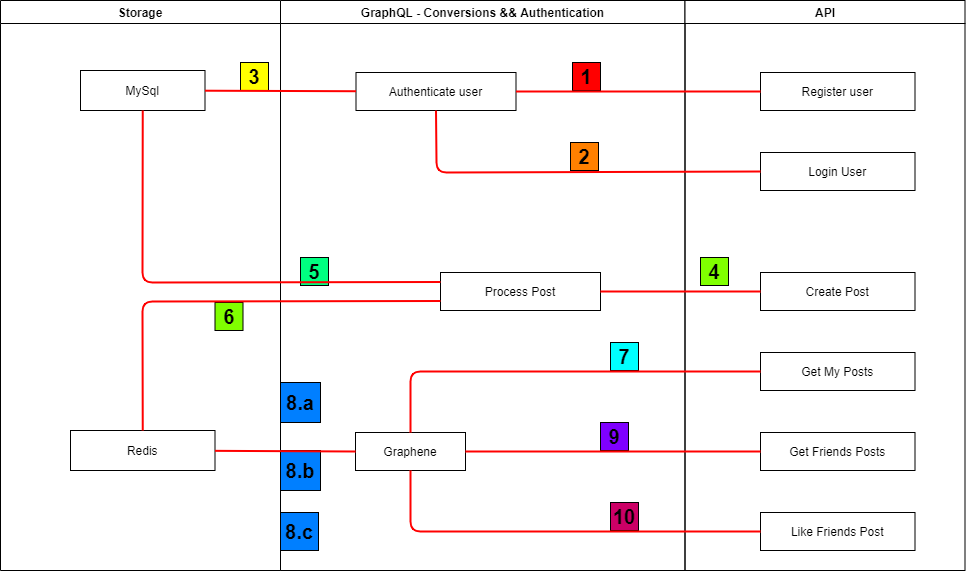
Above: images/Architecture.png in Skhendle/Blogger-Block (draw.io), before the change. Source tidied: cells renumbered, new cells last; positions are measured from the earlier drawing's top-left corner, leaving out a move shared by most shapes. The source it was exported from:
```xml
<mxGraphModel background="#ffffff">
  <root>
    <mxCell id="0" />
    <mxCell id="1" parent="0" />
    <mxCell id="2" value="Storage" style="swimlane;whiteSpace=wrap;" parent="1" vertex="1">
      <mxGeometry width="280" height="570" as="geometry" />
    </mxCell>
    <mxCell id="3" value="MySql" parent="2" vertex="1">
      <mxGeometry x="80" y="70" width="124.5" height="40" as="geometry" />
    </mxCell>
    <mxCell id="4" value="Redis" parent="2" vertex="1">
      <mxGeometry x="70" y="430" width="144.5" height="40" as="geometry" />
    </mxCell>
    <mxCell id="5" value="&lt;b&gt;&lt;font style=&quot;font-size: 20px&quot;&gt;3&lt;/font&gt;&lt;/b&gt;" style="whiteSpace=wrap;html=1;fillColor=#FFFF00;" parent="2" vertex="1">
      <mxGeometry x="240" y="62" width="28" height="28" as="geometry" />
    </mxCell>
    <mxCell id="6" value="&lt;b&gt;&lt;font style=&quot;font-size: 20px&quot;&gt;6&lt;/font&gt;&lt;/b&gt;" style="whiteSpace=wrap;html=1;fillColor=#80FF00;" parent="2" vertex="1">
      <mxGeometry x="214.5" y="302" width="28" height="28" as="geometry" />
    </mxCell>
    <mxCell id="7" value="GraphQL - Conversions &amp;&amp; Authentication" style="swimlane;whiteSpace=wrap;" parent="1" vertex="1">
      <mxGeometry x="280" width="404.5" height="570" as="geometry" />
    </mxCell>
    <mxCell id="8" value="Graphene" parent="7" vertex="1">
      <mxGeometry x="75" y="432" width="110" height="38" as="geometry" />
    </mxCell>
    <mxCell id="9" value="Authenticate user" parent="7" vertex="1">
      <mxGeometry x="75.5" y="72" width="160" height="38" as="geometry" />
    </mxCell>
    <mxCell id="10" value="Process Post" parent="7" vertex="1">
      <mxGeometry x="160" y="272" width="160" height="38" as="geometry" />
    </mxCell>
    <mxCell id="11" value="&lt;b&gt;&lt;font style=&quot;font-size: 20px&quot;&gt;2&lt;/font&gt;&lt;/b&gt;" style="whiteSpace=wrap;html=1;fillColor=#FF8000;" parent="7" vertex="1">
      <mxGeometry x="290" y="142" width="28" height="28" as="geometry" />
    </mxCell>
    <mxCell id="12" value="&lt;b&gt;&lt;font style=&quot;font-size: 20px&quot;&gt;1&lt;/font&gt;&lt;/b&gt;" style="whiteSpace=wrap;html=1;fillColor=#FF0000;" parent="7" vertex="1">
      <mxGeometry x="292" y="62" width="28" height="28" as="geometry" />
    </mxCell>
    <mxCell id="13" value="&lt;b&gt;&lt;font style=&quot;font-size: 20px&quot;&gt;5&lt;/font&gt;&lt;/b&gt;" style="whiteSpace=wrap;html=1;fillColor=#00FF80;" parent="7" vertex="1">
      <mxGeometry x="20" y="257" width="28" height="28" as="geometry" />
    </mxCell>
    <mxCell id="14" value="&lt;b&gt;&lt;font style=&quot;font-size: 20px&quot;&gt;7&lt;/font&gt;&lt;/b&gt;" style="whiteSpace=wrap;html=1;fillColor=#00FFFF;" parent="7" vertex="1">
      <mxGeometry x="330" y="342" width="28" height="28" as="geometry" />
    </mxCell>
    <mxCell id="15" value="&lt;b&gt;&lt;font style=&quot;font-size: 20px&quot;&gt;8.a&lt;/font&gt;&lt;/b&gt;" style="whiteSpace=wrap;html=1;fillColor=#007FFF;" parent="7" vertex="1">
      <mxGeometry y="382" width="40" height="40" as="geometry" />
    </mxCell>
    <mxCell id="16" value="&lt;b&gt;&lt;font style=&quot;font-size: 20px&quot;&gt;9&lt;/font&gt;&lt;/b&gt;" style="whiteSpace=wrap;html=1;fillColor=#7F00FF;" parent="7" vertex="1">
      <mxGeometry x="320" y="422" width="28" height="28" as="geometry" />
    </mxCell>
    <mxCell id="17" value="&lt;b&gt;&lt;font style=&quot;font-size: 20px&quot;&gt;10&lt;/font&gt;&lt;/b&gt;" style="whiteSpace=wrap;html=1;fillColor=#CC0066;" parent="7" vertex="1">
      <mxGeometry x="330" y="502" width="28" height="28" as="geometry" />
    </mxCell>
    <mxCell id="18" value="&lt;b&gt;&lt;font style=&quot;font-size: 20px&quot;&gt;8.b&lt;/font&gt;&lt;/b&gt;" style="whiteSpace=wrap;html=1;fillColor=#007FFF;" parent="7" vertex="1">
      <mxGeometry y="450" width="40" height="40" as="geometry" />
    </mxCell>
    <mxCell id="19" value="&lt;b&gt;&lt;font style=&quot;font-size: 20px&quot;&gt;8.c&lt;/font&gt;&lt;/b&gt;" style="whiteSpace=wrap;html=1;fillColor=#007FFF;" parent="7" vertex="1">
      <mxGeometry y="512" width="38" height="38" as="geometry" />
    </mxCell>
    <mxCell id="20" value="API" style="swimlane;whiteSpace=wrap;" parent="1" vertex="1">
      <mxGeometry x="684.5" width="280" height="570" as="geometry" />
    </mxCell>
    <mxCell id="21" value="Get My Posts" parent="20" vertex="1">
      <mxGeometry x="75.5" y="352" width="154.5" height="38" as="geometry" />
    </mxCell>
    <mxCell id="22" value="Get Friends Posts" parent="20" vertex="1">
      <mxGeometry x="75.5" y="432" width="154.5" height="38" as="geometry" />
    </mxCell>
    <mxCell id="23" value="Login User" parent="20" vertex="1">
      <mxGeometry x="75.5" y="152" width="154.5" height="38" as="geometry" />
    </mxCell>
    <mxCell id="24" value="Register user" parent="20" vertex="1">
      <mxGeometry x="75.5" y="72" width="154.5" height="38" as="geometry" />
    </mxCell>
    <mxCell id="25" value="Like Friends Post" parent="20" vertex="1">
      <mxGeometry x="75.5" y="512" width="154.5" height="38" as="geometry" />
    </mxCell>
    <mxCell id="26" value="Create Post" parent="20" vertex="1">
      <mxGeometry x="75.5" y="272" width="154.5" height="38" as="geometry" />
    </mxCell>
    <mxCell id="27" value="&lt;b&gt;&lt;font style=&quot;font-size: 20px&quot;&gt;4&lt;/font&gt;&lt;/b&gt;" style="whiteSpace=wrap;html=1;fillColor=#80FF00;" parent="20" vertex="1">
      <mxGeometry x="15.5" y="257" width="28" height="28" as="geometry" />
    </mxCell>
    <mxCell id="28" style="endArrow=none;html=1;strokeColor=#FF0000;entryX=0;entryY=0.5;entryDx=0;entryDy=0;exitX=1;exitY=0.5;exitDx=0;exitDy=0;strokeWidth=2;" parent="1" edge="1" source="9" target="24">
      <mxGeometry relative="1" as="geometry" />
    </mxCell>
    <mxCell id="29" style="endArrow=none;html=1;strokeColor=#FF0000;entryX=0;entryY=0.5;entryDx=0;entryDy=0;exitX=0.5;exitY=1;exitDx=0;exitDy=0;strokeWidth=2;" parent="1" edge="1" source="9" target="23">
      <mxGeometry relative="1" as="geometry">
        <Array as="points">
          <mxPoint x="436" y="172" />
        </Array>
      </mxGeometry>
    </mxCell>
    <mxCell id="30" style="endArrow=none;html=1;strokeColor=#FF0000;entryX=0;entryY=0.5;entryDx=0;entryDy=0;exitX=0.5;exitY=0;exitDx=0;exitDy=0;strokeWidth=2;" parent="1" edge="1" source="8" target="21">
      <mxGeometry relative="1" as="geometry">
        <Array as="points">
          <mxPoint x="410" y="371" />
        </Array>
      </mxGeometry>
    </mxCell>
    <mxCell id="31" style="endArrow=none;html=1;strokeColor=#FF0000;entryX=0;entryY=0.5;entryDx=0;entryDy=0;strokeWidth=2;" parent="1" edge="1" source="8" target="22">
      <mxGeometry relative="1" as="geometry" />
    </mxCell>
    <mxCell id="32" style="endArrow=none;html=1;strokeColor=#FF0000;entryX=0;entryY=0.5;entryDx=0;entryDy=0;exitX=0.5;exitY=1;exitDx=0;exitDy=0;strokeWidth=2;" parent="1" edge="1" source="8" target="25">
      <mxGeometry relative="1" as="geometry">
        <Array as="points">
          <mxPoint x="410" y="531" />
        </Array>
      </mxGeometry>
    </mxCell>
    <mxCell id="33" style="endArrow=none;html=1;strokeColor=#FF0000;entryX=0;entryY=0.5;entryDx=0;entryDy=0;strokeWidth=2;" parent="1" edge="1" source="4" target="8">
      <mxGeometry relative="1" as="geometry" />
    </mxCell>
    <mxCell id="34" style="endArrow=none;html=1;strokeColor=#FF0000;strokeWidth=2;" parent="1" edge="1" source="3" target="9">
      <mxGeometry relative="1" as="geometry" />
    </mxCell>
    <mxCell id="35" style="endArrow=none;html=1;strokeColor=#FF0000;entryX=0;entryY=0.5;entryDx=0;entryDy=0;exitX=1;exitY=0.5;exitDx=0;exitDy=0;strokeWidth=2;" parent="1" edge="1" source="10" target="26">
      <mxGeometry relative="1" as="geometry" />
    </mxCell>
    <mxCell id="36" style="endArrow=none;html=1;strokeColor=#FF0000;entryX=0;entryY=0.25;entryDx=0;entryDy=0;exitX=0.5;exitY=1;exitDx=0;exitDy=0;strokeWidth=2;" parent="1" edge="1" source="3" target="10">
      <mxGeometry relative="1" as="geometry">
        <Array as="points">
          <mxPoint x="142" y="282" />
        </Array>
      </mxGeometry>
    </mxCell>
    <mxCell id="37" style="endArrow=none;html=1;strokeColor=#FF0000;entryX=0;entryY=0.75;entryDx=0;entryDy=0;exitX=0.5;exitY=0;exitDx=0;exitDy=0;strokeWidth=2;" parent="1" edge="1" source="4" target="10">
      <mxGeometry relative="1" as="geometry">
        <Array as="points">
          <mxPoint x="142" y="301" />
        </Array>
      </mxGeometry>
    </mxCell>
  </root>
</mxGraphModel>
```
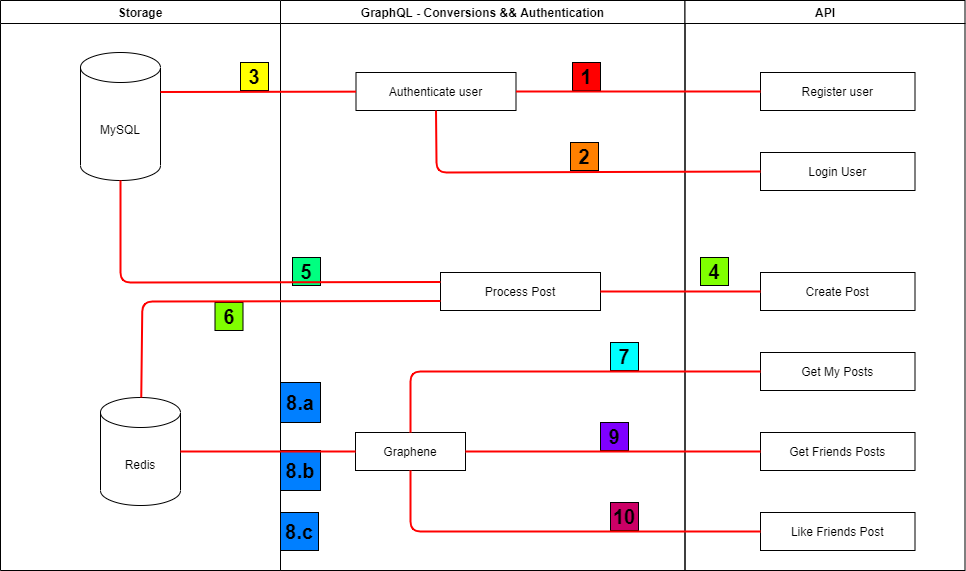
The same file after the commit.

Diff of the diagram source:
```diff
@@ -5,18 +5,18 @@
     <mxCell id="2" value="Storage" style="swimlane;whiteSpace=wrap;" parent="1" vertex="1">
       <mxGeometry width="280" height="570" as="geometry" />
     </mxCell>
-    <mxCell id="3" value="MySql" parent="2" vertex="1">
-      <mxGeometry x="80" y="70" width="124.5" height="40" as="geometry" />
-    </mxCell>
-    <mxCell id="4" value="Redis" parent="2" vertex="1">
-      <mxGeometry x="70" y="430" width="144.5" height="40" as="geometry" />
-    </mxCell>
     <mxCell id="5" value="&lt;b&gt;&lt;font style=&quot;font-size: 20px&quot;&gt;3&lt;/font&gt;&lt;/b&gt;" style="whiteSpace=wrap;html=1;fillColor=#FFFF00;" parent="2" vertex="1">
       <mxGeometry x="240" y="62" width="28" height="28" as="geometry" />
     </mxCell>
     <mxCell id="6" value="&lt;b&gt;&lt;font style=&quot;font-size: 20px&quot;&gt;6&lt;/font&gt;&lt;/b&gt;" style="whiteSpace=wrap;html=1;fillColor=#80FF00;" parent="2" vertex="1">
       <mxGeometry x="214.5" y="302" width="28" height="28" as="geometry" />
     </mxCell>
+    <mxCell id="38" value="MySQL" style="shape=cylinder3;whiteSpace=wrap;html=1;boundedLbl=1;backgroundOutline=1;size=15;" parent="2" vertex="1">
+      <mxGeometry x="80" y="52" width="80" height="128" as="geometry" />
+    </mxCell>
+    <mxCell id="4" value="Redis" style="shape=cylinder3;whiteSpace=wrap;html=1;boundedLbl=1;backgroundOutline=1;size=15;" parent="2" vertex="1">
+      <mxGeometry x="100" y="397" width="80" height="108" as="geometry" />
+    </mxCell>
     <mxCell id="7" value="GraphQL - Conversions &amp;&amp; Authentication" style="swimlane;whiteSpace=wrap;" parent="1" vertex="1">
       <mxGeometry x="280" width="404.5" height="570" as="geometry" />
     </mxCell>
@@ -36,7 +36,7 @@
       <mxGeometry x="292" y="62" width="28" height="28" as="geometry" />
     </mxCell>
     <mxCell id="13" value="&lt;b&gt;&lt;font style=&quot;font-size: 20px&quot;&gt;5&lt;/font&gt;&lt;/b&gt;" style="whiteSpace=wrap;html=1;fillColor=#00FF80;" parent="7" vertex="1">
-      <mxGeometry x="20" y="257" width="28" height="28" as="geometry" />
+      <mxGeometry x="12" y="257" width="28" height="28" as="geometry" />
     </mxCell>
     <mxCell id="14" value="&lt;b&gt;&lt;font style=&quot;font-size: 20px&quot;&gt;7&lt;/font&gt;&lt;/b&gt;" style="whiteSpace=wrap;html=1;fillColor=#00FFFF;" parent="7" vertex="1">
       <mxGeometry x="330" y="342" width="28" height="28" as="geometry" />
@@ -110,20 +110,20 @@
     <mxCell id="33" style="endArrow=none;html=1;strokeColor=#FF0000;entryX=0;entryY=0.5;entryDx=0;entryDy=0;strokeWidth=2;" parent="1" edge="1" source="4" target="8">
       <mxGeometry relative="1" as="geometry" />
     </mxCell>
-    <mxCell id="34" style="endArrow=none;html=1;strokeColor=#FF0000;strokeWidth=2;" parent="1" edge="1" source="3" target="9">
+    <mxCell id="34" style="endArrow=none;html=1;strokeColor=#FF0000;strokeWidth=2;exitX=1;exitY=0;exitDx=0;exitDy=39.5;exitPerimeter=0;" parent="1" edge="1" source="38" target="9">
       <mxGeometry relative="1" as="geometry" />
     </mxCell>
     <mxCell id="35" style="endArrow=none;html=1;strokeColor=#FF0000;entryX=0;entryY=0.5;entryDx=0;entryDy=0;exitX=1;exitY=0.5;exitDx=0;exitDy=0;strokeWidth=2;" parent="1" edge="1" source="10" target="26">
       <mxGeometry relative="1" as="geometry" />
     </mxCell>
-    <mxCell id="36" style="endArrow=none;html=1;strokeColor=#FF0000;entryX=0;entryY=0.25;entryDx=0;entryDy=0;exitX=0.5;exitY=1;exitDx=0;exitDy=0;strokeWidth=2;" parent="1" edge="1" source="3" target="10">
+    <mxCell id="36" style="endArrow=none;html=1;strokeColor=#FF0000;entryX=0;entryY=0.25;entryDx=0;entryDy=0;strokeWidth=2;exitX=0.5;exitY=1;exitDx=0;exitDy=0;exitPerimeter=0;" parent="1" edge="1" source="38" target="10">
       <mxGeometry relative="1" as="geometry">
         <Array as="points">
-          <mxPoint x="142" y="282" />
+          <mxPoint x="120" y="282" />
         </Array>
       </mxGeometry>
     </mxCell>
-    <mxCell id="37" style="endArrow=none;html=1;strokeColor=#FF0000;entryX=0;entryY=0.75;entryDx=0;entryDy=0;exitX=0.5;exitY=0;exitDx=0;exitDy=0;strokeWidth=2;" parent="1" edge="1" source="4" target="10">
+    <mxCell id="37" style="endArrow=none;html=1;strokeColor=#FF0000;entryX=0;entryY=0.75;entryDx=0;entryDy=0;strokeWidth=2;" parent="1" edge="1" source="4" target="10">
       <mxGeometry relative="1" as="geometry">
         <Array as="points">
           <mxPoint x="142" y="301" />
```
